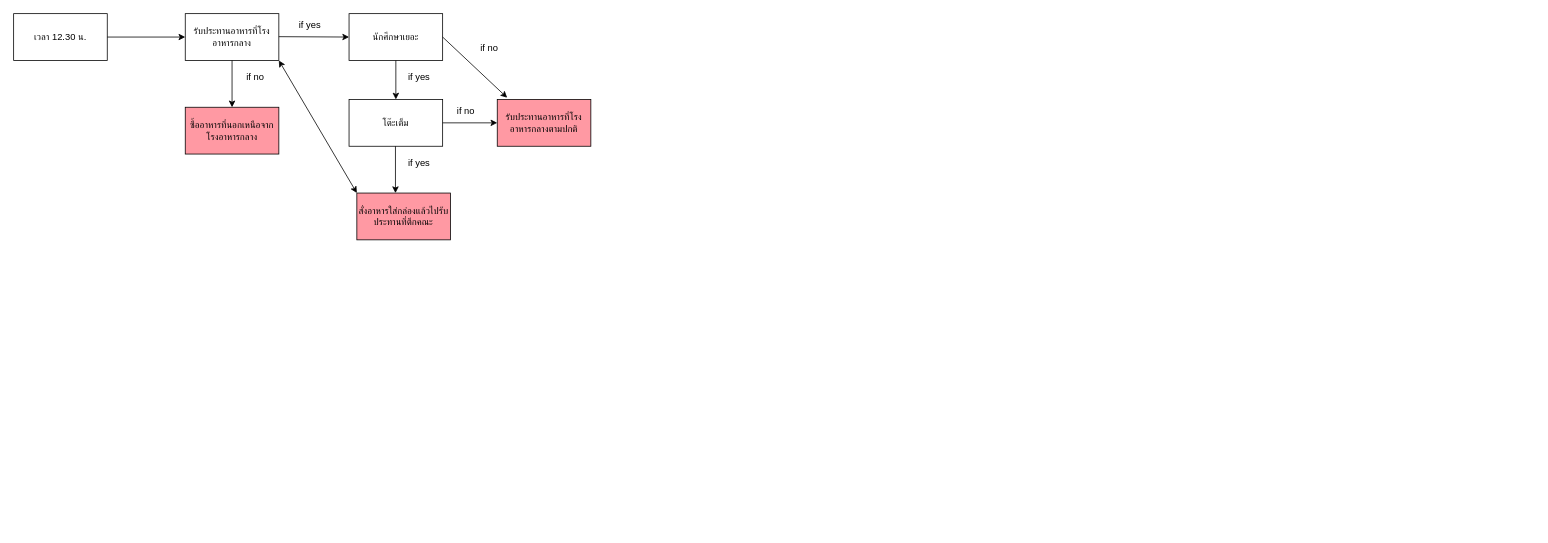
Above: แบบแผนที่ยังไม่ได้ตั้งชื่อ.drawio in banthitamakjeen/git-workshop (draw.io), before the change. Source tidied: cells renumbered, new cells numbered last; positions are measured from the earlier drawing's top-left corner, leaving out a move shared by most shapes. Both pictures are drawn from the tidied source at 78%, with x=0, y=0 at pixel (13, 13).
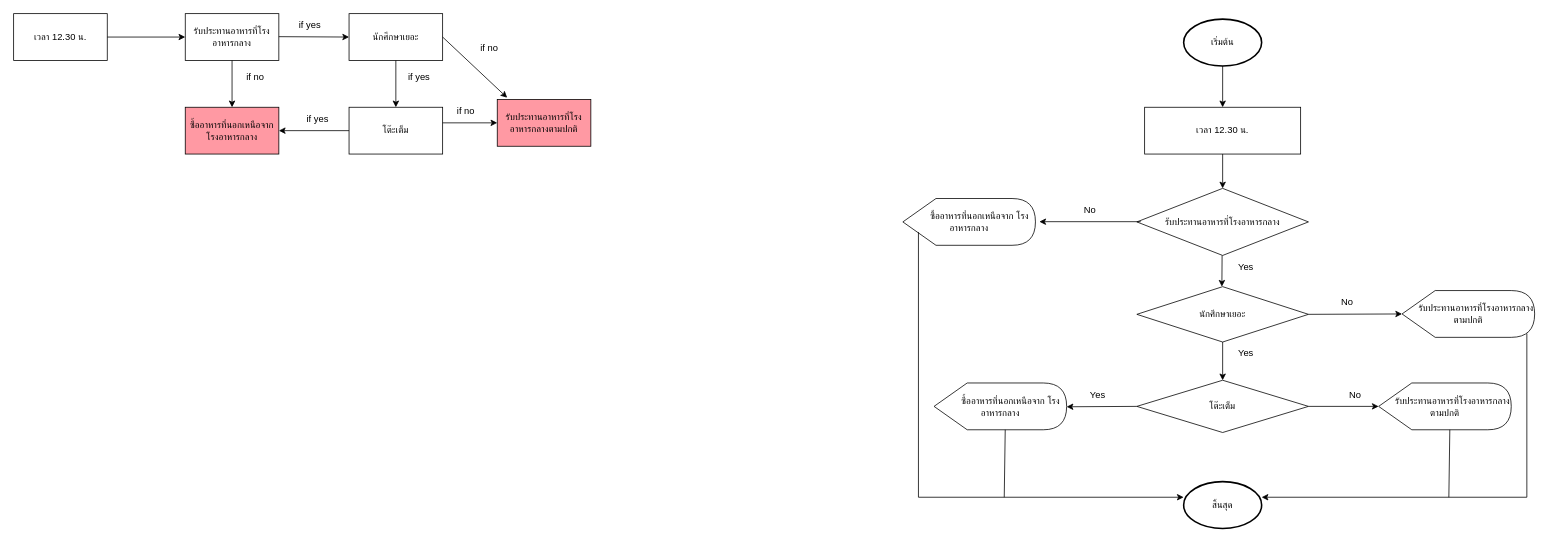
Above is the later version.

Unchanged cells that the change refers to:
```xml
<mxCell id="4" value="รับประทานอาหารที่โรงอาหารกลาง" style="rounded=0;whiteSpace=wrap;html=1;" parent="1" vertex="1">
  <mxGeometry x="220" width="120" height="60" as="geometry" />
</mxCell>
<mxCell id="15" value="ซื้ออาหารที่นอกเหนือจากโรงอาหารกลาง" style="rounded=0;whiteSpace=wrap;html=1;fillColor=#FF99A3;" parent="1" vertex="1">
  <mxGeometry x="220" y="120" width="120" height="60" as="geometry" />
</mxCell>
```

Change to the diagram source:
```diff
@@
     <mxCell id="5" value="โต๊ะเต็ม" style="rounded=0;whiteSpace=wrap;html=1;" parent="1" vertex="1">
-      <mxGeometry x="430" y="110" width="120" height="60" as="geometry" />
+      <mxGeometry x="430" y="120" width="120" height="60" as="geometry" />
     </mxCell>
@@
-    <mxCell id="8" style="endArrow=classic;html=1;rounded=0;" parent="1" edge="1">
-      <mxGeometry relative="1" as="geometry">
-        <mxPoint x="489.5" y="170" as="sourcePoint" />
-        <mxPoint x="489.5" y="230" as="targetPoint" />
-      </mxGeometry>
-    </mxCell>
@@
-    <mxCell id="12" value="สั่งอาหารใส่กล่องแล้วไปรับประทานที่ตึกคณะ" style="rounded=0;whiteSpace=wrap;html=1;fillColor=#FF99A3;" parent="1" vertex="1">
-      <mxGeometry x="440" y="230" width="120" height="60" as="geometry" />
-    </mxCell>
@@
     <mxCell id="16" value="if yes" style="text;html=1;strokeColor=none;fillColor=none;align=center;verticalAlign=middle;whiteSpace=wrap;rounded=0;" parent="1" vertex="1">
-      <mxGeometry x="490" y="177" width="60" height="30" as="geometry" />
+      <mxGeometry x="360" y="120" width="60" height="30" as="geometry" />
     </mxCell>
@@
-    <mxCell id="19" style="endArrow=classic;startArrow=classic;html=1;rounded=0;entryX=1;entryY=1;entryDx=0;entryDy=0;" parent="1" edge="1" target="4">
-      <mxGeometry relative="1" as="geometry">
-        <mxPoint x="440" y="230" as="sourcePoint" />
-      </mxGeometry>
-    </mxCell>
@@
+    <mxCell id="23" style="endArrow=classic;html=1;rounded=0;entryX=1;entryY=0.5;entryDx=0;entryDy=0;exitX=0;exitY=0.5;exitDx=0;exitDy=0;" parent="1" edge="1" source="5" target="15">
+      <mxGeometry relative="1" as="geometry" />
+    </mxCell>
+    <mxCell id="24" style="endArrow=classic;html=1;rounded=0;exitX=0.5;exitY=1;exitDx=0;exitDy=0;exitPerimeter=0;" parent="1" edge="1" source="46">
+      <mxGeometry relative="1" as="geometry">
+        <mxPoint x="1550" y="120" as="targetPoint" />
+      </mxGeometry>
+    </mxCell>
+    <mxCell id="25" value="รับประทานอาหารที่โรงอาหารกลาง" style="rhombus;whiteSpace=wrap;html=1;" parent="1" vertex="1">
+      <mxGeometry x="1440" y="224" width="220" height="86" as="geometry" />
+    </mxCell>
+    <mxCell id="26" value="นักศึกษาเยอะ" style="rhombus;whiteSpace=wrap;html=1;" parent="1" vertex="1">
+      <mxGeometry x="1440" y="350" width="220" height="71" as="geometry" />
+    </mxCell>
+    <mxCell id="27" style="endArrow=classic;html=1;rounded=0;" parent="1" edge="1">
+      <mxGeometry relative="1" as="geometry">
+        <mxPoint x="1549.3" y="310" as="sourcePoint" />
+        <mxPoint x="1549" y="350" as="targetPoint" />
+      </mxGeometry>
+    </mxCell>
+    <mxCell id="28" value="เวลา 12.30 น." style="rounded=0;whiteSpace=wrap;html=1;" parent="1" vertex="1">
+      <mxGeometry x="1450" y="120" width="200" height="60" as="geometry" />
+    </mxCell>
+    <mxCell id="29" style="endArrow=classic;html=1;rounded=0;entryX=0.5;entryY=0;entryDx=0;entryDy=0;" parent="1" edge="1" target="25">
+      <mxGeometry relative="1" as="geometry">
+        <mxPoint x="1550" y="180" as="sourcePoint" />
+      </mxGeometry>
+    </mxCell>
+    <mxCell id="30" value="Yes" style="text;html=1;strokeColor=none;fillColor=none;align=center;verticalAlign=middle;whiteSpace=wrap;rounded=0;" parent="1" vertex="1">
+      <mxGeometry x="1550" y="421" width="60" height="30" as="geometry" />
+    </mxCell>
+    <mxCell id="31" style="endArrow=classic;html=1;rounded=0;" parent="1" edge="1">
+      <mxGeometry relative="1" as="geometry">
+        <mxPoint x="1445" y="266.7" as="sourcePoint" />
+        <mxPoint x="1315" y="266.7" as="targetPoint" />
+      </mxGeometry>
+    </mxCell>
+    <mxCell id="32" value="No" style="text;html=1;strokeColor=none;fillColor=none;align=center;verticalAlign=middle;whiteSpace=wrap;rounded=0;" parent="1" vertex="1">
+      <mxGeometry x="1350" y="237" width="60" height="30" as="geometry" />
+    </mxCell>
+    <mxCell id="33" value="&amp;nbsp; &amp;nbsp; &amp;nbsp; &amp;nbsp; ซื้ออาหารที่นอกเหนือจาก โรงอาหารกลาง" style="shape=display;whiteSpace=wrap;html=1;" parent="1" vertex="1">
+      <mxGeometry x="1140" y="237" width="170" height="60" as="geometry" />
+    </mxCell>
+    <mxCell id="34" value="โต๊ะเต็ม" style="rhombus;whiteSpace=wrap;html=1;" parent="1" vertex="1">
+      <mxGeometry x="1440" y="470" width="220" height="67" as="geometry" />
+    </mxCell>
+    <mxCell id="35" style="endArrow=classic;html=1;rounded=0;" parent="1" edge="1">
+      <mxGeometry relative="1" as="geometry">
+        <mxPoint x="1550" y="421" as="sourcePoint" />
+        <mxPoint x="1550" y="470" as="targetPoint" />
+      </mxGeometry>
+    </mxCell>
+    <mxCell id="36" value="Yes" style="text;html=1;strokeColor=none;fillColor=none;align=center;verticalAlign=middle;whiteSpace=wrap;rounded=0;" parent="1" vertex="1">
+      <mxGeometry x="1550" y="310" width="60" height="30" as="geometry" />
+    </mxCell>
+    <mxCell id="37" style="endArrow=classic;html=1;rounded=0;exitX=1;exitY=0.5;exitDx=0;exitDy=0;entryX=-0.02;entryY=0.507;entryDx=0;entryDy=0;entryPerimeter=0;" parent="1" edge="1" source="26">
+      <mxGeometry relative="1" as="geometry">
+        <mxPoint x="1780" y="385" as="targetPoint" />
+      </mxGeometry>
+    </mxCell>
+    <mxCell id="38" value="&amp;nbsp; &amp;nbsp; &amp;nbsp; รับประทานอาหารที่โรงอาหารกลางตามปกติ" style="shape=display;whiteSpace=wrap;html=1;" parent="1" vertex="1">
+      <mxGeometry x="1780" y="355" width="170" height="60" as="geometry" />
+    </mxCell>
+    <mxCell id="39" value="No" style="text;html=1;strokeColor=none;fillColor=none;align=center;verticalAlign=middle;whiteSpace=wrap;rounded=0;" parent="1" vertex="1">
+      <mxGeometry x="1680" y="355" width="60" height="30" as="geometry" />
+    </mxCell>
+    <mxCell id="40" value="&amp;nbsp; &amp;nbsp; &amp;nbsp; รับประทานอาหารที่โรงอาหารกลางตามปกติ" style="shape=display;whiteSpace=wrap;html=1;" parent="1" vertex="1">
+      <mxGeometry x="1750" y="473.5" width="170" height="60" as="geometry" />
+    </mxCell>
+    <mxCell id="41" value="No" style="text;html=1;strokeColor=none;fillColor=none;align=center;verticalAlign=middle;whiteSpace=wrap;rounded=0;" parent="1" vertex="1">
+      <mxGeometry x="1690" y="473.5" width="60" height="30" as="geometry" />
+    </mxCell>
+    <mxCell id="42" style="endArrow=classic;html=1;rounded=0;exitX=1;exitY=0.5;exitDx=0;exitDy=0;entryX=1;entryY=1;entryDx=0;entryDy=0;" parent="1" edge="1" source="34" target="41">
+      <mxGeometry relative="1" as="geometry" />
+    </mxCell>
+    <mxCell id="43" value="&amp;nbsp; &amp;nbsp; &amp;nbsp; &amp;nbsp; ซื้ออาหารที่นอกเหนือจาก โรงอาหารกลาง" style="shape=display;whiteSpace=wrap;html=1;" parent="1" vertex="1">
+      <mxGeometry x="1180" y="473.5" width="170" height="60" as="geometry" />
+    </mxCell>
+    <mxCell id="44" value="Yes" style="text;html=1;strokeColor=none;fillColor=none;align=center;verticalAlign=middle;whiteSpace=wrap;rounded=0;" parent="1" vertex="1">
+      <mxGeometry x="1360" y="473.5" width="60" height="30" as="geometry" />
+    </mxCell>
+    <mxCell id="45" style="endArrow=classic;html=1;rounded=0;" parent="1" edge="1">
+      <mxGeometry relative="1" as="geometry">
+        <mxPoint x="1440" y="503.5" as="sourcePoint" />
+        <mxPoint x="1350" y="504" as="targetPoint" />
+      </mxGeometry>
+    </mxCell>
+    <mxCell id="46" value="เริ่มต้น" style="strokeWidth=2;html=1;shape=mxgraph.flowchart.start_1;whiteSpace=wrap;" parent="1" vertex="1">
+      <mxGeometry x="1500" y="7" width="100" height="60" as="geometry" />
+    </mxCell>
+    <mxCell id="47" value="สิ้นสุด" style="strokeWidth=2;html=1;shape=mxgraph.flowchart.start_1;whiteSpace=wrap;" parent="1" vertex="1">
+      <mxGeometry x="1500" y="600" width="100" height="60" as="geometry" />
+    </mxCell>
+    <mxCell id="48" style="endArrow=none;html=1;rounded=0;" parent="1" edge="1">
+      <mxGeometry relative="1" as="geometry">
+        <mxPoint x="1160" y="620" as="sourcePoint" />
+        <mxPoint x="1160" y="280" as="targetPoint" />
+      </mxGeometry>
+    </mxCell>
+    <mxCell id="49" style="endArrow=classic;html=1;rounded=0;entryX=0;entryY=0.333;entryDx=0;entryDy=0;entryPerimeter=0;" parent="1" edge="1" target="47">
+      <mxGeometry relative="1" as="geometry">
+        <mxPoint x="1160" y="620" as="sourcePoint" />
+      </mxGeometry>
+    </mxCell>
+    <mxCell id="50" style="endArrow=none;html=1;rounded=0;entryX=0;entryY=0;entryDx=91.25;entryDy=60.00000000000001;entryPerimeter=0;" parent="1" edge="1" target="43">
+      <mxGeometry relative="1" as="geometry">
+        <mxPoint x="1270" y="620" as="sourcePoint" />
+      </mxGeometry>
+    </mxCell>
+    <mxCell id="51" style="endArrow=none;html=1;rounded=0;" parent="1" edge="1">
+      <mxGeometry relative="1" as="geometry">
+        <mxPoint x="1940" y="620" as="sourcePoint" />
+        <mxPoint x="1940" y="410" as="targetPoint" />
+      </mxGeometry>
+    </mxCell>
+    <mxCell id="52" style="endArrow=classic;html=1;rounded=0;entryX=1;entryY=0.333;entryDx=0;entryDy=0;entryPerimeter=0;" parent="1" edge="1" target="47">
+      <mxGeometry relative="1" as="geometry">
+        <mxPoint x="1940" y="620" as="sourcePoint" />
+      </mxGeometry>
+    </mxCell>
+    <mxCell id="53" style="endArrow=none;html=1;rounded=0;entryX=0;entryY=0;entryDx=91.25;entryDy=60;entryPerimeter=0;" parent="1" edge="1" target="40">
+      <mxGeometry relative="1" as="geometry">
+        <mxPoint x="1840" y="620" as="sourcePoint" />
+      </mxGeometry>
+    </mxCell>
```
